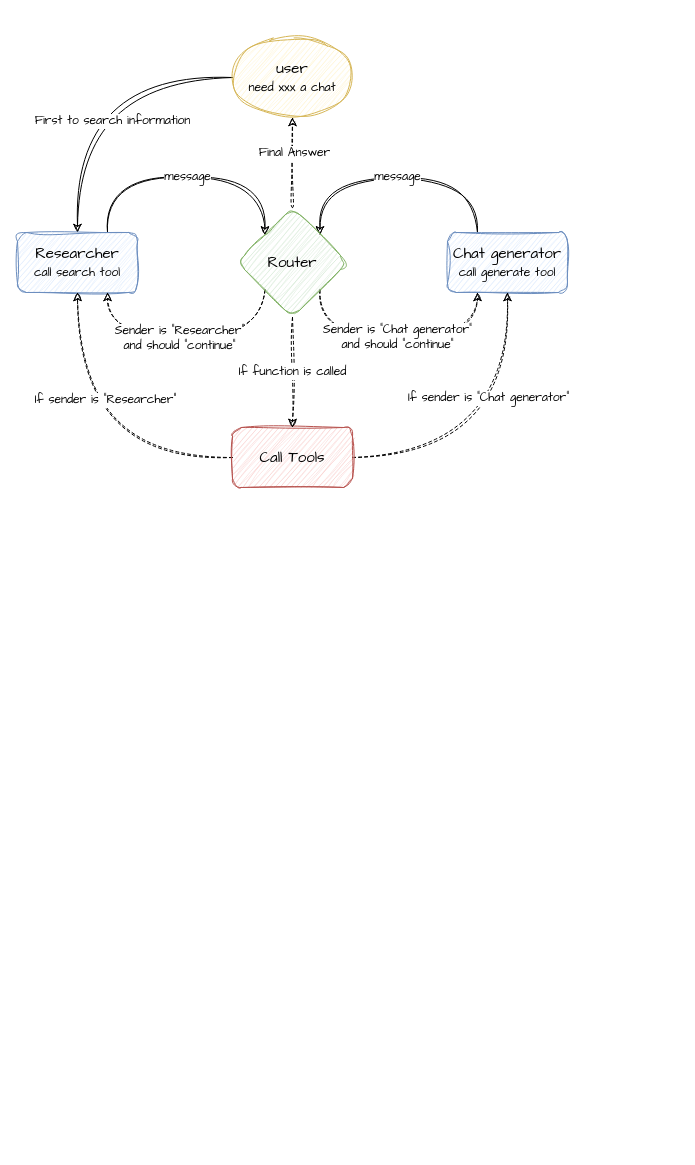
thebesteric/draw.io keeps this draw.io diagram as ai/agent_design.drawio. Above is the earlier version. Source tidied: cells renumbered, new cells numbered last; positions are measured from the earlier drawing's top-left corner, leaving out a move shared by most shapes. Both pictures are drawn from the tidied source at 100%, with x=0, y=0 at pixel (17, 37).
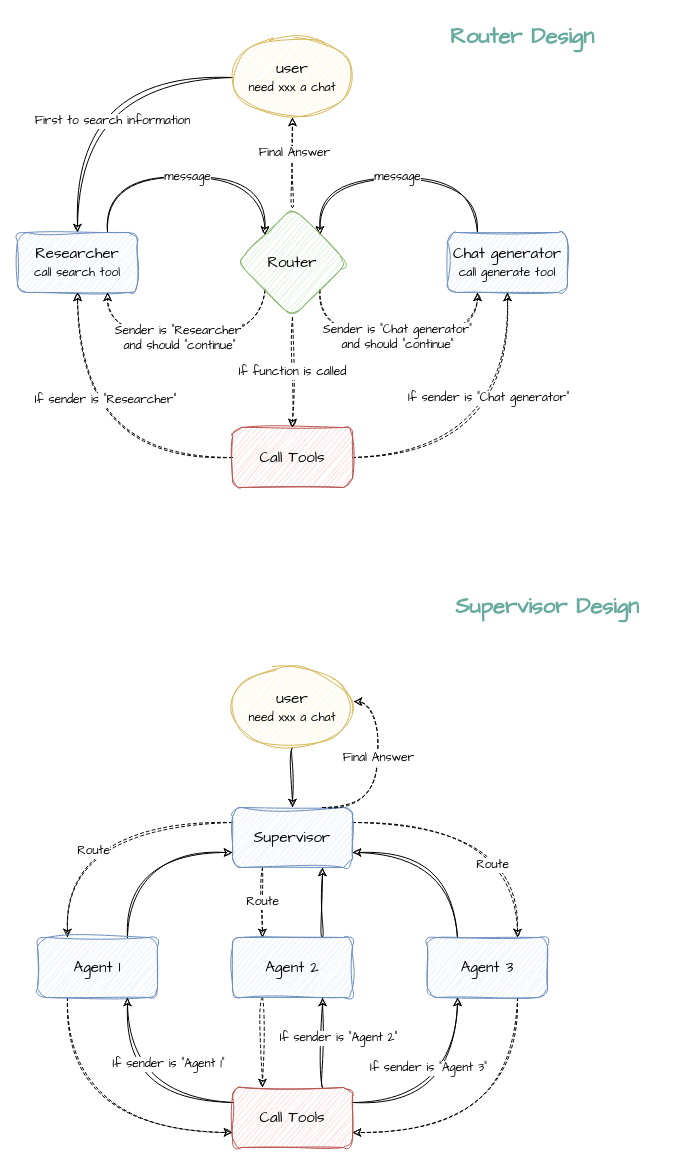
The same diagram, later.

Change to the diagram source:
```diff
@@
+    <mxCell id="22" value="Router Design" style="text;html=1;align=center;verticalAlign=middle;whiteSpace=wrap;rounded=0;fontSize=22;fontFamily=Comic Sans MS;fontColor=#67AB9F;labelBackgroundColor=none;labelBorderColor=none;fontStyle=1;" parent="1" vertex="1">
+      <mxGeometry x="410" y="-20" width="190" height="40" as="geometry" />
+    </mxCell>
+    <mxCell id="23" value="Supervisor Design" style="text;html=1;align=center;verticalAlign=middle;whiteSpace=wrap;rounded=0;fontSize=22;fontFamily=Comic Sans MS;fontColor=#67AB9F;labelBackgroundColor=none;labelBorderColor=none;fontStyle=1;" parent="1" vertex="1">
+      <mxGeometry x="400" y="550" width="260" height="40" as="geometry" />
+    </mxCell>
+    <mxCell id="24" style="edgeStyle=orthogonalEdgeStyle;rounded=0;jettySize=auto;html=1;curved=1;sketch=1;curveFitting=1;jiggle=2;" parent="1" edge="1" source="25" target="31">
+      <mxGeometry relative="1" as="geometry" />
+    </mxCell>
+    <mxCell id="25" value="user&lt;div&gt;&lt;font style=&quot;font-size: 12px;&quot;&gt;need xxx a chat&lt;/font&gt;&lt;/div&gt;" style="ellipse;whiteSpace=wrap;html=1;fontFamily=Comic Sans MS;fontSize=15;sketch=1;curveFitting=1;jiggle=2;fillColor=#fff2cc;strokeColor=#d6b656;" parent="1" vertex="1">
+      <mxGeometry x="215" y="630" width="120" height="80" as="geometry" />
+    </mxCell>
+    <mxCell id="26" value="&lt;span style=&quot;font-family: &amp;quot;Comic Sans MS&amp;quot;; font-size: 12px;&quot;&gt;Route&lt;/span&gt;" style="edgeStyle=orthogonalEdgeStyle;rounded=0;jettySize=auto;html=1;exitX=0.25;exitY=1;exitDx=0;exitDy=0;entryX=0.25;entryY=0;entryDx=0;entryDy=0;curved=1;sketch=1;curveFitting=1;jiggle=2;dashed=1;" parent="1" edge="1" source="31" target="37">
+      <mxGeometry relative="1" as="geometry">
+        <Array as="points">
+          <mxPoint x="245" y="860" />
+          <mxPoint x="245" y="860" />
+        </Array>
+      </mxGeometry>
+    </mxCell>
+    <mxCell id="27" style="edgeStyle=orthogonalEdgeStyle;rounded=0;jettySize=auto;html=1;exitX=0;exitY=0.25;exitDx=0;exitDy=0;curved=1;sketch=1;curveFitting=1;jiggle=2;dashed=1;entryX=0.25;entryY=0;entryDx=0;entryDy=0;" parent="1" edge="1" source="31" target="34">
+      <mxGeometry relative="1" as="geometry" />
+    </mxCell>
+    <mxCell id="28" value="&lt;span style=&quot;font-family: &amp;quot;Comic Sans MS&amp;quot;; font-size: 12px;&quot;&gt;Route&lt;/span&gt;" style="edgeLabel;html=1;align=center;verticalAlign=middle;" parent="27" vertex="1">
+      <mxGeometry y="28" relative="1" as="geometry" />
+    </mxCell>
+    <mxCell id="29" style="edgeStyle=orthogonalEdgeStyle;rounded=0;jettySize=auto;html=1;exitX=1;exitY=0.25;exitDx=0;exitDy=0;curved=1;sketch=1;curveFitting=1;jiggle=2;dashed=1;entryX=0.75;entryY=0;entryDx=0;entryDy=0;" parent="1" edge="1" source="31" target="40">
+      <mxGeometry relative="1" as="geometry" />
+    </mxCell>
+    <mxCell id="30" value="&lt;span style=&quot;font-family: &amp;quot;Comic Sans MS&amp;quot;; font-size: 12px;&quot;&gt;Route&lt;/span&gt;" style="edgeLabel;html=1;align=center;verticalAlign=middle;" parent="29" vertex="1">
+      <mxGeometry x="0.48" y="-26" relative="1" as="geometry" />
+    </mxCell>
+    <mxCell id="31" value="Supervisor" style="rounded=1;whiteSpace=wrap;html=1;fontFamily=Comic Sans MS;fontSize=15;sketch=1;curveFitting=1;jiggle=2;fillColor=#dae8fc;strokeColor=#6c8ebf;" parent="1" vertex="1">
+      <mxGeometry x="215" y="770" width="120" height="60" as="geometry" />
+    </mxCell>
+    <mxCell id="32" style="edgeStyle=orthogonalEdgeStyle;rounded=0;jettySize=auto;html=1;exitX=0.75;exitY=0;exitDx=0;exitDy=0;entryX=0;entryY=0.75;entryDx=0;entryDy=0;curved=1;sketch=1;curveFitting=1;jiggle=2;" parent="1" edge="1" source="34" target="31">
+      <mxGeometry relative="1" as="geometry" />
+    </mxCell>
+    <mxCell id="33" style="edgeStyle=orthogonalEdgeStyle;rounded=0;jettySize=auto;html=1;exitX=0.25;exitY=1;exitDx=0;exitDy=0;entryX=0;entryY=0.75;entryDx=0;entryDy=0;dashed=1;sketch=1;curveFitting=1;jiggle=2;curved=1;" parent="1" edge="1" source="34" target="49">
+      <mxGeometry relative="1" as="geometry" />
+    </mxCell>
+    <mxCell id="34" value="Agent 1" style="rounded=1;whiteSpace=wrap;html=1;fontFamily=Comic Sans MS;fontSize=15;sketch=1;curveFitting=1;jiggle=2;fillColor=#dae8fc;strokeColor=#6c8ebf;" parent="1" vertex="1">
+      <mxGeometry x="20" y="900" width="120" height="60" as="geometry" />
+    </mxCell>
+    <mxCell id="35" style="edgeStyle=orthogonalEdgeStyle;rounded=0;jettySize=auto;html=1;exitX=0.75;exitY=0;exitDx=0;exitDy=0;entryX=0.75;entryY=1;entryDx=0;entryDy=0;curved=1;sketch=1;curveFitting=1;jiggle=2;fontFamily=Comic Sans MS;fontSize=12;" parent="1" edge="1" source="37" target="31">
+      <mxGeometry x="-0.14" relative="1" as="geometry" />
+    </mxCell>
+    <mxCell id="36" style="edgeStyle=orthogonalEdgeStyle;rounded=0;jettySize=auto;html=1;exitX=0.25;exitY=1;exitDx=0;exitDy=0;entryX=0.25;entryY=0;entryDx=0;entryDy=0;dashed=1;sketch=1;curveFitting=1;jiggle=2;curved=1;" parent="1" edge="1" source="37" target="49">
+      <mxGeometry relative="1" as="geometry" />
+    </mxCell>
+    <mxCell id="37" value="Agent 2" style="rounded=1;whiteSpace=wrap;html=1;fontFamily=Comic Sans MS;fontSize=15;sketch=1;curveFitting=1;jiggle=2;fillColor=#dae8fc;strokeColor=#6c8ebf;" parent="1" vertex="1">
+      <mxGeometry x="215" y="900" width="120" height="60" as="geometry" />
+    </mxCell>
+    <mxCell id="38" style="edgeStyle=orthogonalEdgeStyle;rounded=0;jettySize=auto;html=1;exitX=0.25;exitY=0;exitDx=0;exitDy=0;entryX=1;entryY=0.75;entryDx=0;entryDy=0;curved=1;sketch=1;curveFitting=1;jiggle=2;" parent="1" edge="1" source="40" target="31">
+      <mxGeometry relative="1" as="geometry" />
+    </mxCell>
+    <mxCell id="39" style="edgeStyle=orthogonalEdgeStyle;rounded=0;jettySize=auto;html=1;exitX=0.75;exitY=1;exitDx=0;exitDy=0;entryX=1;entryY=0.75;entryDx=0;entryDy=0;dashed=1;sketch=1;curveFitting=1;jiggle=2;curved=1;" parent="1" edge="1" source="40" target="49">
+      <mxGeometry relative="1" as="geometry" />
+    </mxCell>
+    <mxCell id="40" value="Agent 3" style="rounded=1;whiteSpace=wrap;html=1;fontFamily=Comic Sans MS;fontSize=15;sketch=1;curveFitting=1;jiggle=2;fillColor=#dae8fc;strokeColor=#6c8ebf;" parent="1" vertex="1">
+      <mxGeometry x="410" y="900" width="120" height="60" as="geometry" />
+    </mxCell>
+    <mxCell id="41" style="edgeStyle=orthogonalEdgeStyle;rounded=0;jettySize=auto;html=1;exitX=0.75;exitY=0;exitDx=0;exitDy=0;entryX=1.008;entryY=0.425;entryDx=0;entryDy=0;entryPerimeter=0;curved=1;sketch=1;curveFitting=1;jiggle=2;dashed=1;" parent="1" edge="1" source="31" target="25">
+      <mxGeometry relative="1" as="geometry">
+        <Array as="points">
+          <mxPoint x="360" y="770" />
+          <mxPoint x="360" y="664" />
+        </Array>
+      </mxGeometry>
+    </mxCell>
+    <mxCell id="42" value="Final Answer" style="edgeLabel;html=1;align=center;verticalAlign=middle;fontFamily=Comic Sans MS;fontSize=12;" parent="41" vertex="1">
+      <mxGeometry x="0.13" relative="1" as="geometry" />
+    </mxCell>
+    <mxCell id="43" style="edgeStyle=orthogonalEdgeStyle;rounded=0;jettySize=auto;html=1;exitX=0.75;exitY=0;exitDx=0;exitDy=0;entryX=0.75;entryY=1;entryDx=0;entryDy=0;curved=1;sketch=1;curveFitting=1;jiggle=2;" parent="1" edge="1" source="49" target="37">
+      <mxGeometry relative="1" as="geometry" />
+    </mxCell>
+    <mxCell id="44" value="If sender is &quot;Agent 2&quot;" style="edgeLabel;html=1;align=center;verticalAlign=middle;fontSize=12;fontFamily=Comic Sans MS;" parent="43" vertex="1">
+      <mxGeometry x="0.11" y="-1" relative="1" as="geometry">
+        <mxPoint x="14" as="offset" />
+      </mxGeometry>
+    </mxCell>
+    <mxCell id="45" style="edgeStyle=orthogonalEdgeStyle;rounded=0;jettySize=auto;html=1;exitX=0;exitY=0.25;exitDx=0;exitDy=0;entryX=0.75;entryY=1;entryDx=0;entryDy=0;curved=1;sketch=1;curveFitting=1;jiggle=2;" parent="1" edge="1" source="49" target="34">
+      <mxGeometry relative="1" as="geometry" />
+    </mxCell>
+    <mxCell id="46" value="If sender is &quot;Agent 1&quot;" style="edgeLabel;html=1;align=center;verticalAlign=middle;fontSize=12;fontFamily=Comic Sans MS;" parent="45" vertex="1">
+      <mxGeometry x="0.37" y="-16" relative="1" as="geometry">
+        <mxPoint x="24" as="offset" />
+      </mxGeometry>
+    </mxCell>
+    <mxCell id="47" style="edgeStyle=orthogonalEdgeStyle;rounded=0;jettySize=auto;html=1;exitX=1;exitY=0.25;exitDx=0;exitDy=0;entryX=0.25;entryY=1;entryDx=0;entryDy=0;curved=1;sketch=1;curveFitting=1;jiggle=2;" parent="1" edge="1" source="49" target="40">
+      <mxGeometry relative="1" as="geometry" />
+    </mxCell>
+    <mxCell id="48" value="If sender is &quot;Agent 3&quot;" style="edgeLabel;html=1;align=center;verticalAlign=middle;fontSize=12;fontFamily=Comic Sans MS;" parent="47" vertex="1">
+      <mxGeometry x="0.33" y="20" relative="1" as="geometry">
+        <mxPoint x="-10" as="offset" />
+      </mxGeometry>
+    </mxCell>
+    <mxCell id="49" value="Call Tools" style="rounded=1;whiteSpace=wrap;html=1;fontFamily=Comic Sans MS;fontSize=15;sketch=1;curveFitting=1;jiggle=2;fillColor=#f8cecc;strokeColor=#b85450;" parent="1" vertex="1">
+      <mxGeometry x="215" y="1050" width="120" height="60" as="geometry" />
+    </mxCell>
```
